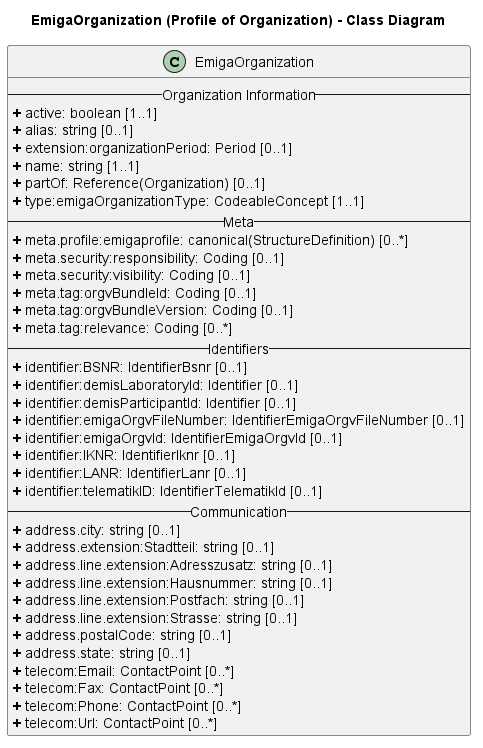
Above: rki.emiga.vzd/guides/implementationguides.vzd/PlantUML/PNGs/Organization.png in robert-koch-institut/rki.emiga.vzd (PlantUML), before the change. The source it was exported from:
```plantuml
@startuml
skinparam linetype ortho

title EmigaOrganization (Profile of Organization) - Class Diagram

class EmigaOrganization{
-- Organization Information --
<b>+</b> active: boolean [1..1]
<b>+</b> alias: string [0..1]
<b>+</b> extension:organizationPeriod: Period [0..1]
<b>+</b> name: string [1..1]
<b>+</b> partOf: Reference(Organization) [0..1]
<b>+</b> type:emigaOrganizationType: CodeableConcept [1..1]
-- Meta --
<b>+</b> meta.profile:emigaprofile: canonical(StructureDefinition) [0..*]
<b>+</b> meta.security:responsibility: Coding [0..1]
<b>+</b> meta.security:visibility: Coding [0..1]
<b>+</b> meta.tag:orgvBundleId: Coding [0..1]
<b>+</b> meta.tag:orgvBundleVersion: Coding [0..1]
<b>+</b> meta.tag:relevance: Coding [0..*]
-- Identifiers --
<b>+</b> identifier:BSNR: IdentifierBsnr [0..1]
<b>+</b> identifier:demisLaboratoryId: Identifier [0..1]
<b>+</b> identifier:demisParticipantId: Identifier [0..1]
<b>+</b> identifier:emigaOrgvFileNumber: IdentifierEmigaOrgvFileNumber [0..1]
<b>+</b> identifier:emigaOrgvId: IdentifierEmigaOrgvId [0..1]
<b>+</b> identifier:IKNR: IdentifierIknr [0..1]
<b>+</b> identifier:LANR: IdentifierLanr [0..1]
<b>+</b> identifier:telematikID: IdentifierTelematikId [0..1]
-- Communication --
<b>+</b> address.city: string [0..1]
<b>+</b> address.extension:Stadtteil: string [0..1]
<b>+</b> address.line.extension:Adresszusatz: string [0..1]
<b>+</b> address.line.extension:Hausnummer: string [0..1]
<b>+</b> address.line.extension:Postfach: string [0..1]
<b>+</b> address.line.extension:Strasse: string [0..1]
<b>+</b> address.postalCode: string [0..1]
<b>+</b> address.state: string [0..1]
<b>+</b> telecom:Email: ContactPoint [0..*]
<b>+</b> telecom:Fax: ContactPoint [0..*]
<b>+</b> telecom:Phone: ContactPoint [0..*]
<b>+</b> telecom:Url: ContactPoint [0..*]
}
@enduml
```
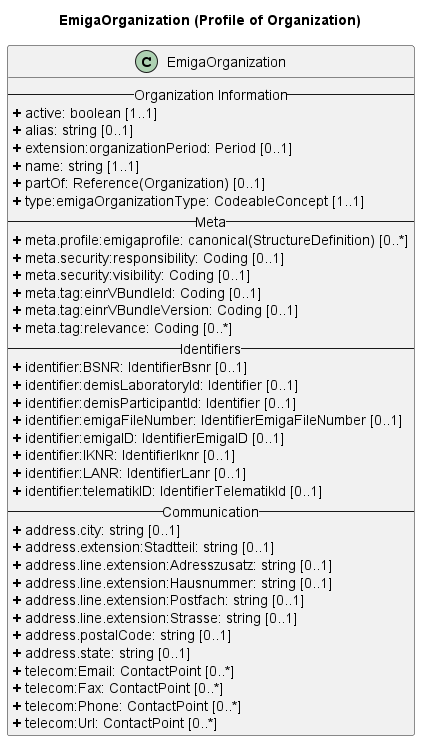
Above is the later version.

Change to the diagram source:
```diff
@@ -1,7 +1,7 @@
 @startuml
 skinparam linetype ortho
 
-title EmigaOrganization (Profile of Organization) - Class Diagram
+title EmigaOrganization (Profile of Organization)
 
 class EmigaOrganization{
 -- Organization Information --
@@ -15,15 +15,15 @@
 <b>+</b> meta.profile:emigaprofile: canonical(StructureDefinition) [0..*]
 <b>+</b> meta.security:responsibility: Coding [0..1]
 <b>+</b> meta.security:visibility: Coding [0..1]
-<b>+</b> meta.tag:orgvBundleId: Coding [0..1]
-<b>+</b> meta.tag:orgvBundleVersion: Coding [0..1]
+<b>+</b> meta.tag:einrVBundleId: Coding [0..1]
+<b>+</b> meta.tag:einrVBundleVersion: Coding [0..1]
 <b>+</b> meta.tag:relevance: Coding [0..*]
 -- Identifiers --
 <b>+</b> identifier:BSNR: IdentifierBsnr [0..1]
 <b>+</b> identifier:demisLaboratoryId: Identifier [0..1]
 <b>+</b> identifier:demisParticipantId: Identifier [0..1]
-<b>+</b> identifier:emigaOrgvFileNumber: IdentifierEmigaOrgvFileNumber [0..1]
-<b>+</b> identifier:emigaOrgvId: IdentifierEmigaOrgvId [0..1]
+<b>+</b> identifier:emigaFileNumber: IdentifierEmigaFileNumber [0..1]
+<b>+</b> identifier:emigaID: IdentifierEmigaID [0..1]
 <b>+</b> identifier:IKNR: IdentifierIknr [0..1]
 <b>+</b> identifier:LANR: IdentifierLanr [0..1]
 <b>+</b> identifier:telematikID: IdentifierTelematikId [0..1]
@@ -41,4 +41,5 @@
 <b>+</b> telecom:Phone: ContactPoint [0..*]
 <b>+</b> telecom:Url: ContactPoint [0..*]
 }
+
 @enduml
```
